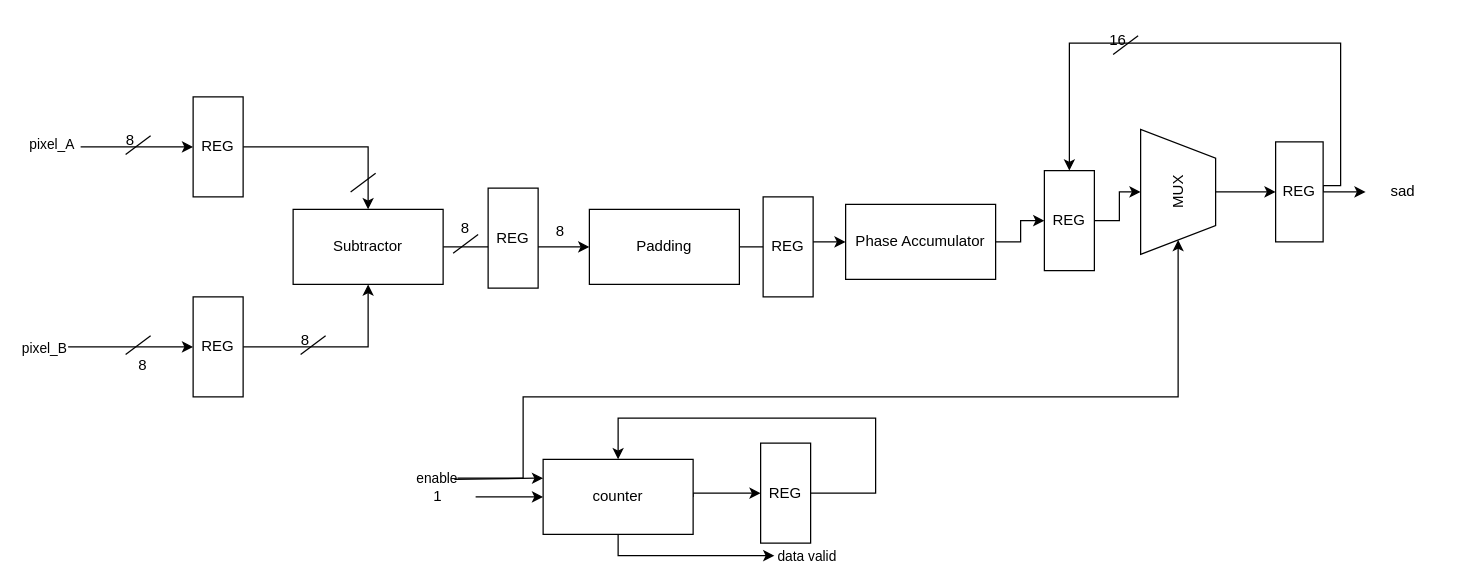
gaiaanastasi/SAD-Image-Calculation keeps this draw.io diagram as img/Model.drawio. Above is the earlier version. Source tidied: cells renumbered, new cells numbered last; positions are measured from the earlier drawing's top-left corner, leaving out a move shared by most shapes. Both pictures are drawn from the tidied source at 125%, with x=0, y=0 at pixel (68, 21).
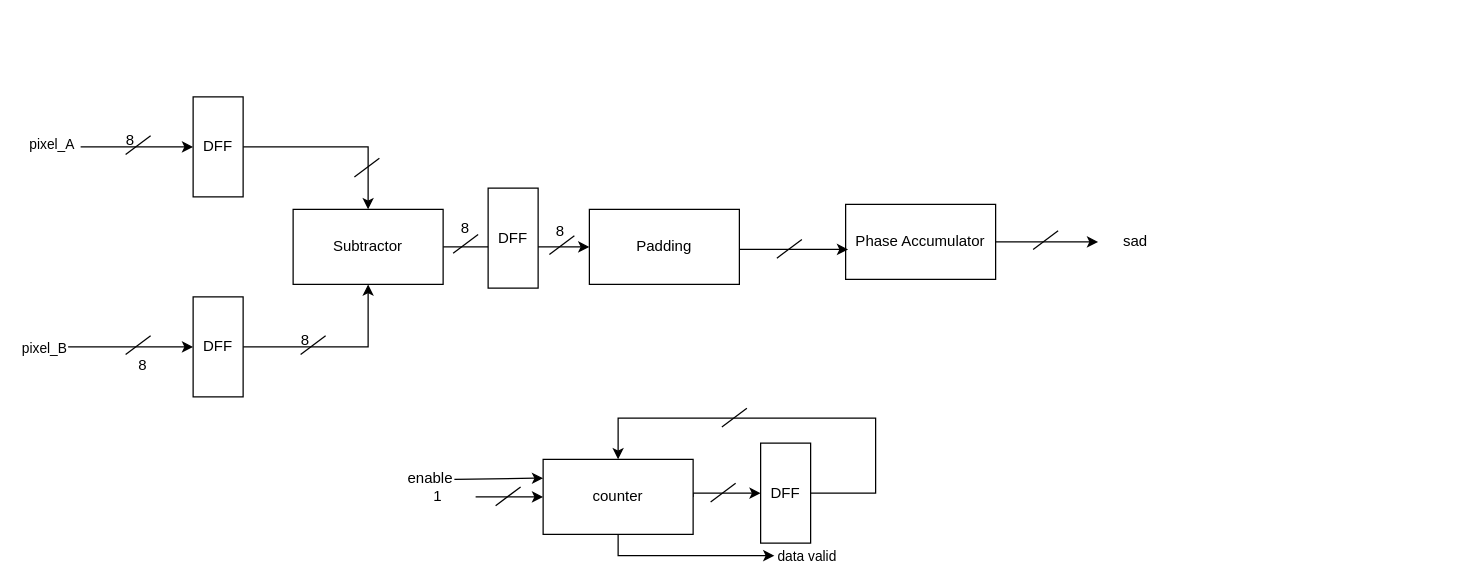
Above is the later version.

The change refers to these unchanged cells:
```xml
<mxCell id="10" value="Phase Accumulator" style="rounded=0;whiteSpace=wrap;html=1;" parent="1" vertex="1">
  <mxGeometry x="622" y="146" width="120" height="60" as="geometry" />
</mxCell>
<mxCell id="21" value="Padding" style="rounded=0;whiteSpace=wrap;html=1;" parent="1" vertex="1">
  <mxGeometry x="417" y="150" width="120" height="60" as="geometry" />
</mxCell>
```

Diff of the diagram source:
```diff
@@
-    <mxCell id="3" value="REG" style="rounded=0;whiteSpace=wrap;html=1;" parent="1" vertex="1">
+    <mxCell id="3" value="DFF" style="rounded=0;whiteSpace=wrap;html=1;" parent="1" vertex="1">
       <mxGeometry x="100" y="60" width="40" height="80" as="geometry" />
     </mxCell>
@@
-    <mxCell id="5" value="REG" style="rounded=0;whiteSpace=wrap;html=1;" parent="1" vertex="1">
+    <mxCell id="5" value="DFF" style="rounded=0;whiteSpace=wrap;html=1;" parent="1" vertex="1">
       <mxGeometry x="100" y="220" width="40" height="80" as="geometry" />
     </mxCell>
@@
-    <mxCell id="8" style="edgeStyle=orthogonalEdgeStyle;rounded=0;jettySize=auto;html=1;exitX=1;exitY=0.5;exitDx=0;exitDy=0;startArrow=none;" parent="1" edge="1" source="40" target="12">
-      <mxGeometry relative="1" as="geometry" />
-    </mxCell>
-    <mxCell id="9" style="edgeStyle=orthogonalEdgeStyle;rounded=0;jettySize=auto;html=1;exitX=1;exitY=0.5;exitDx=0;exitDy=0;" parent="1" edge="1" source="10" target="40">
-      <mxGeometry relative="1" as="geometry" />
-    </mxCell>
@@
-    <mxCell id="11" style="edgeStyle=orthogonalEdgeStyle;rounded=0;jettySize=auto;html=1;exitX=0.5;exitY=1;exitDx=0;exitDy=0;entryX=0;entryY=0.5;entryDx=0;entryDy=0;" parent="1" edge="1" source="12" target="43">
-      <mxGeometry relative="1" as="geometry">
-        <Array as="points">
-          <mxPoint x="960" y="136" />
-        </Array>
-      </mxGeometry>
-    </mxCell>
-    <mxCell id="12" value="MUX" style="verticalLabelPosition=middle;verticalAlign=middle;html=1;shape=trapezoid;perimeter=trapezoidPerimeter;whiteSpace=wrap;size=0.23;arcSize=10;flipV=1;labelPosition=center;align=center;rotation=-90;" parent="1" vertex="1">
-      <mxGeometry x="838" y="106" width="100" height="60" as="geometry" />
-    </mxCell>
@@
     <mxCell id="17" style="endArrow=none;html=1;rounded=0;" parent="1" edge="1">
       <mxGeometry relative="1" as="geometry">
-        <mxPoint x="226" y="136" as="sourcePoint" />
-        <mxPoint x="246" y="121" as="targetPoint" />
+        <mxPoint x="229" y="124" as="sourcePoint" />
+        <mxPoint x="249" y="109" as="targetPoint" />
       </mxGeometry>
     </mxCell>
@@
-    <mxCell id="20" style="edgeStyle=orthogonalEdgeStyle;rounded=0;jettySize=auto;html=1;exitX=1;exitY=0.5;exitDx=0;exitDy=0;entryX=0;entryY=0.5;entryDx=0;entryDy=0;" parent="1" edge="1" source="21" target="10">
-      <mxGeometry relative="1" as="geometry" />
+    <mxCell id="20" style="edgeStyle=orthogonalEdgeStyle;rounded=0;jettySize=auto;html=1;exitX=1;exitY=0.5;exitDx=0;exitDy=0;" parent="1" edge="1" source="21">
+      <mxGeometry relative="1" as="geometry">
+        <mxPoint x="624" y="182" as="targetPoint" />
+        <Array as="points">
+          <mxPoint x="537" y="182" />
+        </Array>
+      </mxGeometry>
     </mxCell>
@@
-    <mxCell id="24" style="endArrow=none;html=1;rounded=0;" parent="1" edge="1">
-      <mxGeometry relative="1" as="geometry">
-        <mxPoint x="836" y="26" as="sourcePoint" />
-        <mxPoint x="856" y="11" as="targetPoint" />
-      </mxGeometry>
-    </mxCell>
-    <mxCell id="25" value="16" style="text;html=1;strokeColor=none;fillColor=none;align=center;verticalAlign=middle;whiteSpace=wrap;rounded=0;" parent="1" vertex="1">
-      <mxGeometry x="810" width="60" height="30" as="geometry" />
-    </mxCell>
     <mxCell id="26" value="sad" style="text;html=1;strokeColor=none;fillColor=none;align=center;verticalAlign=middle;whiteSpace=wrap;rounded=0;" parent="1" vertex="1">
-      <mxGeometry x="1038" y="121" width="60" height="30" as="geometry" />
+      <mxGeometry x="824" y="161" width="60" height="30" as="geometry" />
     </mxCell>
@@
-    <mxCell id="31" style="endArrow=classic;html=1;rounded=0;" parent="1" edge="1" target="12">
-      <mxGeometry relative="1" as="geometry">
-        <mxPoint x="311" y="365" as="sourcePoint" />
-        <Array as="points">
-          <mxPoint x="364" y="365" />
-          <mxPoint x="364" y="300" />
-          <mxPoint x="888" y="300" />
-        </Array>
-      </mxGeometry>
-    </mxCell>
-    <mxCell id="32" value="enable" style="edgeLabel;html=1;align=center;verticalAlign=middle;" parent="31" vertex="1">
-      <mxGeometry x="-0.94" y="-1" relative="1" as="geometry">
-        <mxPoint x="-40" y="-2" as="offset" />
-      </mxGeometry>
-    </mxCell>
@@
-    <mxCell id="37" value="REG" style="rounded=0;whiteSpace=wrap;html=1;" parent="1" vertex="1">
+    <mxCell id="37" value="DFF" style="rounded=0;whiteSpace=wrap;html=1;" parent="1" vertex="1">
       <mxGeometry x="336" y="133" width="40" height="80" as="geometry" />
     </mxCell>
@@
-    <mxCell id="39" value="REG" style="rounded=0;whiteSpace=wrap;html=1;" parent="1" vertex="1">
-      <mxGeometry x="556" y="140" width="40" height="80" as="geometry" />
-    </mxCell>
-    <mxCell id="40" value="REG" style="rounded=0;whiteSpace=wrap;html=1;" parent="1" vertex="1">
-      <mxGeometry x="781" y="119" width="40" height="80" as="geometry" />
-    </mxCell>
-    <mxCell id="41" style="edgeStyle=orthogonalEdgeStyle;rounded=0;jettySize=auto;html=1;exitX=1;exitY=0.5;exitDx=0;exitDy=0;" parent="1" edge="1" source="43" target="26">
+    <mxCell id="41" style="edgeStyle=orthogonalEdgeStyle;rounded=0;jettySize=auto;html=1;exitX=1;exitY=0.5;exitDx=0;exitDy=0;" parent="1" edge="1" source="10" target="26">
       <mxGeometry relative="1" as="geometry" />
     </mxCell>
-    <mxCell id="42" style="edgeStyle=orthogonalEdgeStyle;rounded=0;jettySize=auto;html=1;exitX=1;exitY=0.5;exitDx=0;exitDy=0;entryX=0.5;entryY=0;entryDx=0;entryDy=0;" parent="1" edge="1" source="43" target="40">
-      <mxGeometry relative="1" as="geometry">
-        <Array as="points">
-          <mxPoint x="1018" y="131" />
-          <mxPoint x="1018" y="17" />
-          <mxPoint x="801" y="17" />
-        </Array>
-      </mxGeometry>
-    </mxCell>
-    <mxCell id="43" value="REG" style="rounded=0;whiteSpace=wrap;html=1;" parent="1" vertex="1">
-      <mxGeometry x="966" y="96" width="38" height="80" as="geometry" />
-    </mxCell>
@@
-    <mxCell id="48" value="REG" style="rounded=0;whiteSpace=wrap;html=1;" parent="1" vertex="1">
+    <mxCell id="48" value="DFF" style="rounded=0;whiteSpace=wrap;html=1;" parent="1" vertex="1">
       <mxGeometry x="554" y="337" width="40" height="80" as="geometry" />
     </mxCell>
+    <mxCell id="32" value="enable" style="text;html=1;strokeColor=none;fillColor=none;align=center;verticalAlign=middle;whiteSpace=wrap;rounded=0;" parent="1" vertex="1">
+      <mxGeometry x="260" y="350" width="60" height="30" as="geometry" />
+    </mxCell>
+    <mxCell id="49" style="endArrow=none;html=1;rounded=0;" parent="1" edge="1">
+      <mxGeometry relative="1" as="geometry">
+        <mxPoint x="385" y="186" as="sourcePoint" />
+        <mxPoint x="405" y="171" as="targetPoint" />
+      </mxGeometry>
+    </mxCell>
+    <mxCell id="50" style="endArrow=none;html=1;rounded=0;" parent="1" edge="1">
+      <mxGeometry relative="1" as="geometry">
+        <mxPoint x="567" y="189" as="sourcePoint" />
+        <mxPoint x="587" y="174" as="targetPoint" />
+      </mxGeometry>
+    </mxCell>
+    <mxCell id="51" style="endArrow=none;html=1;rounded=0;" parent="1" edge="1">
+      <mxGeometry relative="1" as="geometry">
+        <mxPoint x="772" y="182" as="sourcePoint" />
+        <mxPoint x="792" y="167" as="targetPoint" />
+      </mxGeometry>
+    </mxCell>
+    <mxCell id="52" style="endArrow=none;html=1;rounded=0;" parent="1" edge="1">
+      <mxGeometry relative="1" as="geometry">
+        <mxPoint x="342" y="387" as="sourcePoint" />
+        <mxPoint x="362" y="372" as="targetPoint" />
+      </mxGeometry>
+    </mxCell>
+    <mxCell id="53" style="endArrow=none;html=1;rounded=0;" parent="1" edge="1">
+      <mxGeometry relative="1" as="geometry">
+        <mxPoint x="514" y="384" as="sourcePoint" />
+        <mxPoint x="534" y="369" as="targetPoint" />
+      </mxGeometry>
+    </mxCell>
+    <mxCell id="54" style="endArrow=none;html=1;rounded=0;" parent="1" edge="1">
+      <mxGeometry relative="1" as="geometry">
+        <mxPoint x="523" y="324" as="sourcePoint" />
+        <mxPoint x="543" y="309" as="targetPoint" />
+      </mxGeometry>
+    </mxCell>
```
